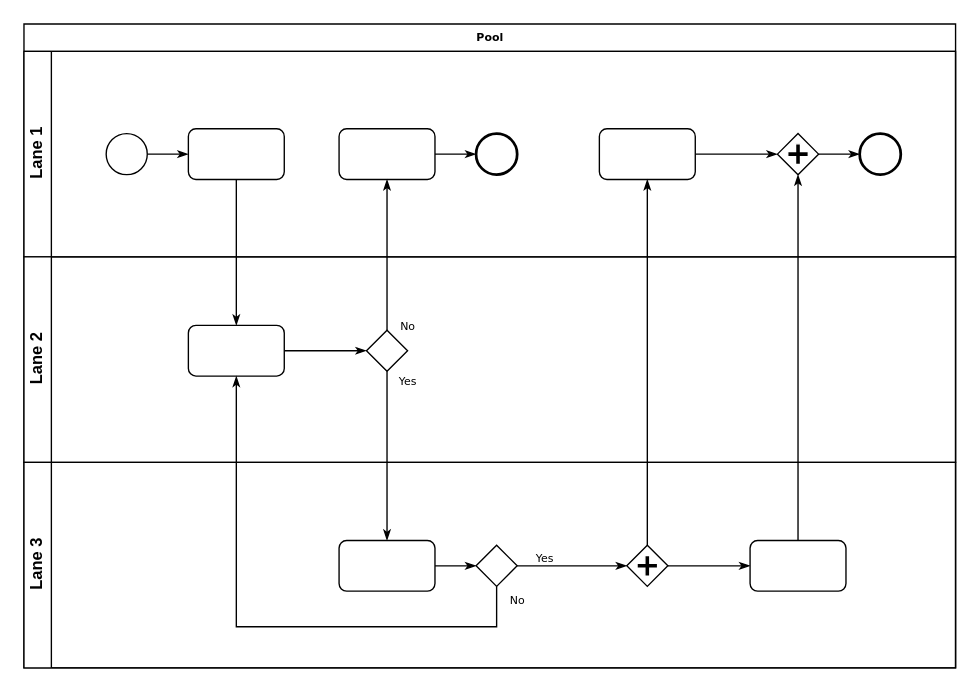
Above: Untitled Diagram.drawio in dungnm8/temp_follow (draw.io), before the change. Source tidied: cells renumbered, new cells numbered last; positions are measured from the earlier drawing's top-left corner, leaving out a move shared by most shapes. Both pictures are drawn from the tidied source at 137%, with x=0, y=0 at pixel (23, 23).
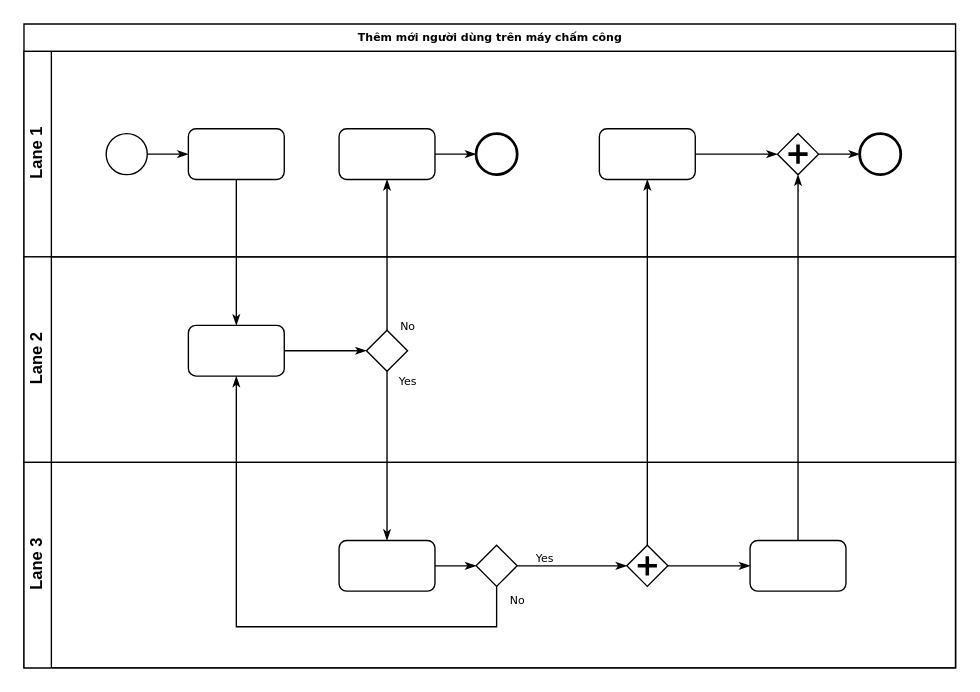
Above is the later version.

Diff of the diagram source:
```diff
@@
-    <mxCell id="2" value="Pool" style="swimlane;html=1;horizontal=1;startSize=20;rounded=0;shadow=0;labelBackgroundColor=none;strokeWidth=1;fontFamily=Verdana;fontSize=8;align=center;" parent="1" vertex="1">
+    <mxCell id="2" value="Thêm mới người dùng trên máy chấm công" style="swimlane;html=1;horizontal=1;startSize=20;rounded=0;shadow=0;labelBackgroundColor=none;strokeWidth=1;fontFamily=Verdana;fontSize=8;align=center;" parent="1" vertex="1">
       <mxGeometry width="680" height="470" as="geometry" />
     </mxCell>
```
